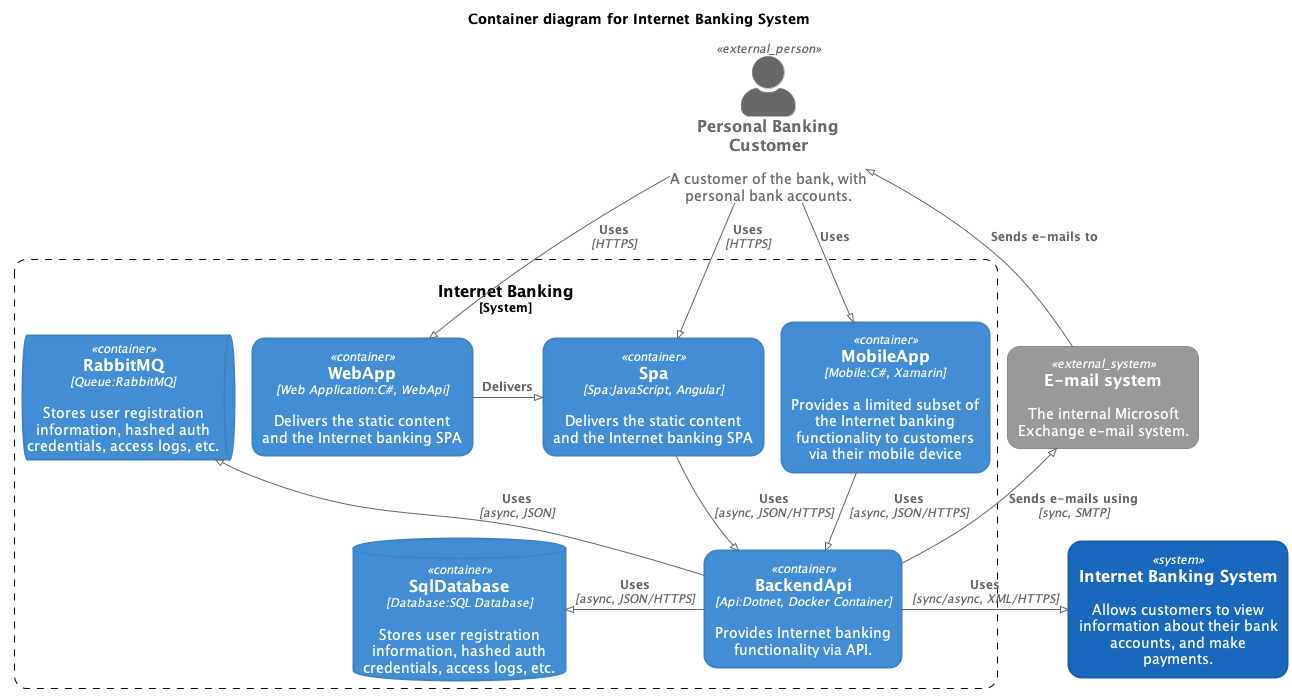
Before: docs/images/container-diagram-for-internet-banking-system-c4container.png, a diagram exported from PlantUML (8T4/c4sharp).
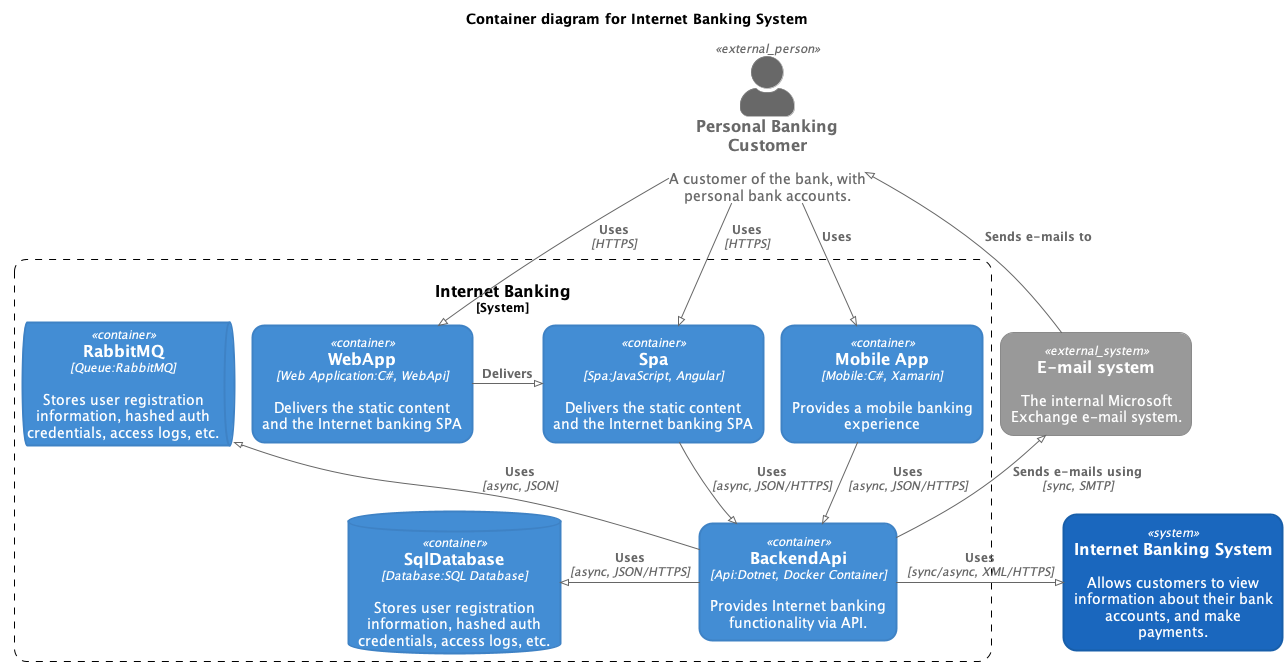
The same file after the commit.

What changed in the source:
```diff
@@ -17,29 +17,29 @@
 
 title Container diagram for Internet Banking System
 
-Person_Ext(customer, "Personal Banking Customer", "A customer of the bank, with personal bank accounts.")
+Person_Ext(Customer, "Personal Banking Customer", "A customer of the bank, with personal bank accounts.")
 System(BankingSystem, "Internet Banking System", "Allows customers to view information about their bank accounts, and make payments.")
 System_Ext(MailSystem, "E-mail system", "The internal Microsoft Exchange e-mail system.")
 
 System_Boundary(c1, "Internet Banking") {
-    Container(Corporate.Finance.Limits.Service.ServiceBus, "WebApp", "Web Application:C#, WebApi", "Delivers the static content and the Internet banking SPA")
+    Container(WebApp, "WebApp", "Web Application:C#, WebApi", "Delivers the static content and the Internet banking SPA")
     Container(Spa, "Spa", "Spa:JavaScript, Angular", "Delivers the static content and the Internet banking SPA")
-    Container(MobileApp, "MobileApp", "Mobile:C#, Xamarin", "Provides a limited subset of the Internet banking functionality to customers via their mobile device")
-    ContainerDb(Database, "SqlDatabase", "Database:SQL Database", "Stores user registration information, hashed auth credentials, access logs, etc.")
-    ContainerQueue(Queue, "RabbitMQ", "Queue:RabbitMQ", "Stores user registration information, hashed auth credentials, access logs, etc.")
+    Container(MobileApp, "Mobile App", "Mobile:C#, Xamarin", "Provides a mobile banking experience")
+    ContainerDb(SqlDatabase, "SqlDatabase", "Database:SQL Database", "Stores user registration information, hashed auth credentials, access logs, etc.")
+    ContainerQueue(RabbitMQ, "RabbitMQ", "Queue:RabbitMQ", "Stores user registration information, hashed auth credentials, access logs, etc.")
     Container(BackendApi, "BackendApi", "Api:Dotnet, Docker Container", "Provides Internet banking functionality via API.")
 }
 
 
-Rel(customer, Corporate.Finance.Limits.Service.ServiceBus, "Uses", "HTTPS")
-Rel(customer, Spa, "Uses", "HTTPS")
-Rel(customer, MobileApp, "Uses")
-Rel_Neighbor(Corporate.Finance.Limits.Service.ServiceBus, Spa, "Delivers")
+Rel(Customer, WebApp, "Uses", "HTTPS")
+Rel(Customer, Spa, "Uses", "HTTPS")
+Rel(Customer, MobileApp, "Uses")
+Rel_Neighbor(WebApp, Spa, "Delivers")
 Rel(Spa, BackendApi, "Uses", "async, JSON/HTTPS")
 Rel(MobileApp, BackendApi, "Uses", "async, JSON/HTTPS")
-Rel_Back_Neighbor(Database, BackendApi, "Uses", "async, JSON/HTTPS")
-Rel_Back(Queue, BackendApi, "Uses", "async, JSON")
-Rel_Back(customer, MailSystem, "Sends e-mails to")
+Rel_Back_Neighbor(SqlDatabase, BackendApi, "Uses", "async, JSON/HTTPS")
+Rel_Back(RabbitMQ, BackendApi, "Uses", "async, JSON")
+Rel_Back(Customer, MailSystem, "Sends e-mails to")
 Rel_Back(MailSystem, BackendApi, "Sends e-mails using", "sync, SMTP")
 Rel_Neighbor(BackendApi, BankingSystem, "Uses", "sync/async, XML/HTTPS")
 @enduml
```
